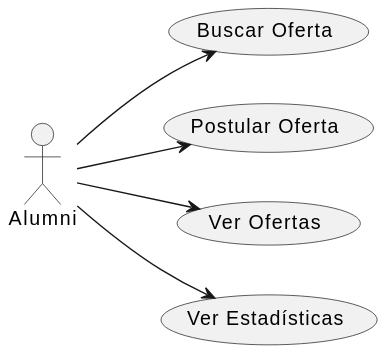
The PlantUML diagram modelosUML/CasosDeUso/svg/ActoresYCasos/Alumni.svg in mmasias/24-25-IdSw1-SDR, before a commit.
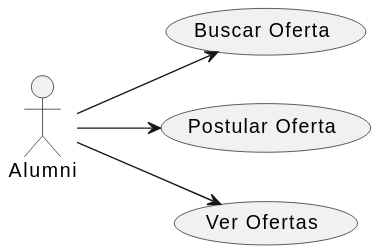
Above is the later version.

What changed in the source:
```diff
@@ -4,12 +4,10 @@
 usecase "Buscar Oferta" as BuscarOferta
 usecase "Postular Oferta" as PostularOferta
 usecase "Ver Ofertas" as VerOfertas
-usecase "Ver Estadísticas" as VerEstadisticas
 
 
 
 Alumni --> BuscarOferta
 Alumni --> PostularOferta
 Alumni --> VerOfertas
-Alumni --> VerEstadisticas
 @enduml
```
